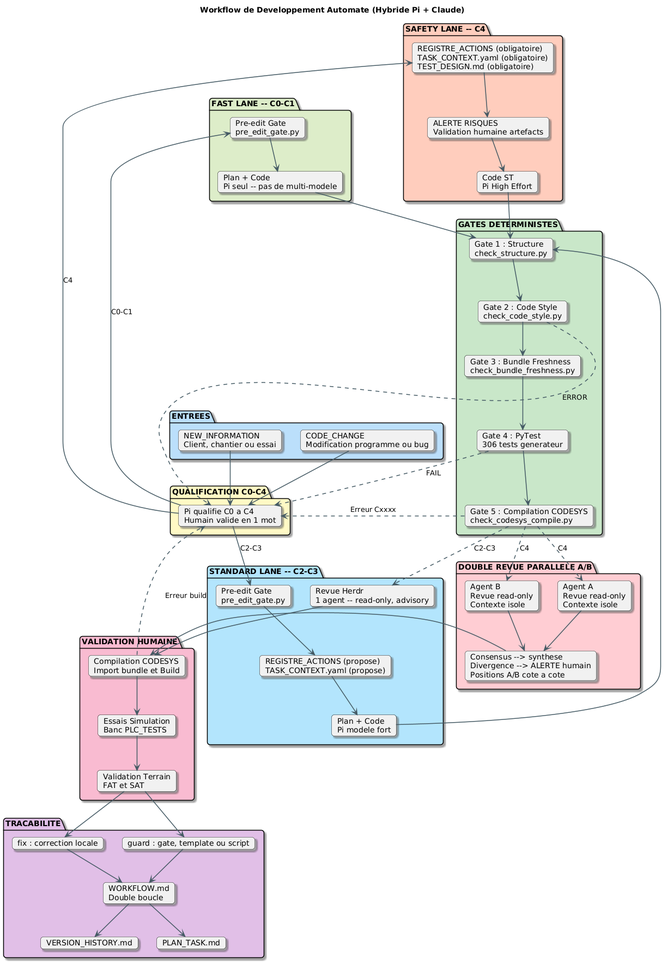
MatGros/2026_Projet_YGO_ExcavatriceDragage keeps this PlantUML diagram as DOC/DIAGRAMS/TOOLS/DIAG_WF_DevelopmentWorkflow.png. Above is the earlier version. Source of this version:
```plantuml
@startuml
scale max 3800x3800

skinparam backgroundColor #FFFFFF
skinparam shadowing true
skinparam roundcorner 10
skinparam fontname "Segoe UI"
skinparam fontsize 14
skinparam ArrowColor #455A64
skinparam ArrowThickness 1.5

!define REFINEMENT_COLOR #FFE0B2
!define GATE_COLOR #C8E6C9
!define VALIDATION_COLOR #F8BBD0
!define TRACE_COLOR #E1BEE7
!define INPUT_COLOR #BBDEFB
!define DIRECTORY_COLOR #E3F2FD
!define ROOT_COLOR #263238

title Workflow de Developpement Automate (Hybride Pi + Claude)
top to bottom direction
package "ENTREES" as INPUT #BBDEFB {
    card "CODE_CHANGE\nModification programme ou bug" as A1
    card "NEW_INFORMATION\nClient, chantier ou essai" as A2
}
package "QUALIFICATION C0-C4" as QUALIFY #FFF9C4 {
    card "Pi qualifie C0 a C4\nHumain valide en 1 mot" as Q1
}
package "FAST LANE -- C0-C1" as FAST #DCEDC8 {
    card "Pre-edit Gate\npre_edit_gate.py" as F1
    card "Plan + Code\nPi seul -- pas de multi-modele" as F2
}
package "STANDARD LANE -- C2-C3" as STANDARD #B3E5FC {
    card "Pre-edit Gate\npre_edit_gate.py" as S1
    card "REGISTRE_ACTIONS (propose)\nTASK_CONTEXT.yaml (propose)" as S2
    card "Plan + Code\nPi modele fort" as S3
    card "Revue Herdr\n1 agent -- read-only, advisory" as S4
}
package "SAFETY LANE -- C4" as SAFETY #FFCCBC {
    card "REGISTRE_ACTIONS (obligatoire)\nTASK_CONTEXT.yaml (obligatoire)\nTEST_DESIGN.md (obligatoire)" as C4_1
    card "ALERTE RISQUES\nValidation humaine artefacts" as C4_2
    card "Code ST\nPi High Effort" as C4_3
}
package "GATES DETERMINISTES" as GATES #C8E6C9 {
    card "Gate 1 : Structure\ncheck_structure.py" as G1
    card "Gate 2 : Code Style\ncheck_code_style.py" as G2
    card "Gate 3 : Bundle Freshness\ncheck_bundle_freshness.py" as G3
    card "Gate 4 : PyTest\n306 tests generateur" as G4
    card "Gate 5 : Compilation CODESYS\ncheck_codesys_compile.py" as G5
}
package "DOUBLE REVUE PARALLELE A/B" as DUAL #FFCDD2 {
    card "Agent A\nRevue read-only\nContexte isole" as D_A
    card "Agent B\nRevue read-only\nContexte isole" as D_B
    card "Consensus --> synthese\nDivergence --> ALERTE humain\nPositions A/B cote a cote" as D_R
}
package "VALIDATION HUMAINE" as VALIDATION #F8BBD0 {
    card "Compilation CODESYS\nImport bundle et Build" as V1
    card "Essais Simulation\nBanc PLC_TESTS" as V2
    card "Validation Terrain\nFAT et SAT" as V3
}
package "TRACABILITE" as TRACEABILITY #E1BEE7 {
    card "fix : correction locale" as E1
    card "guard : gate, template ou script" as E2
    card "WORKFLOW.md\nDouble boucle" as E3
    card "VERSION_HISTORY.md" as E4
    card "PLAN_TASK.md" as E5
}
A1 --> Q1
A2 --> Q1
Q1 --> F1 : C0-C1
Q1 --> S1 : C2-C3
Q1 --> C4_1 : C4
F1 --> F2
F2 --> G1
S1 --> S2
S2 --> S3
S3 --> G1
C4_1 --> C4_2
C4_2 --> C4_3
C4_3 --> G1
G1 --> G2
G2 --> G3
G3 --> G4
G4 --> G5
G5 ..> S4 : C2-C3
G5 ..> D_A : C4
G5 ..> D_B : C4
S4 --> V1
D_A --> D_R
D_B --> D_R
D_R --> V1
V1 --> V2
V2 --> V3
V3 --> E1
V3 --> E2
E1 --> E3
E2 --> E3
E3 --> E4
E3 --> E5
G2 ..> Q1 : ERROR
G4 ..> Q1 : FAIL
G5 ..> Q1 : Erreur Cxxxx
V1 ..> Q1 : Erreur build
@enduml
```
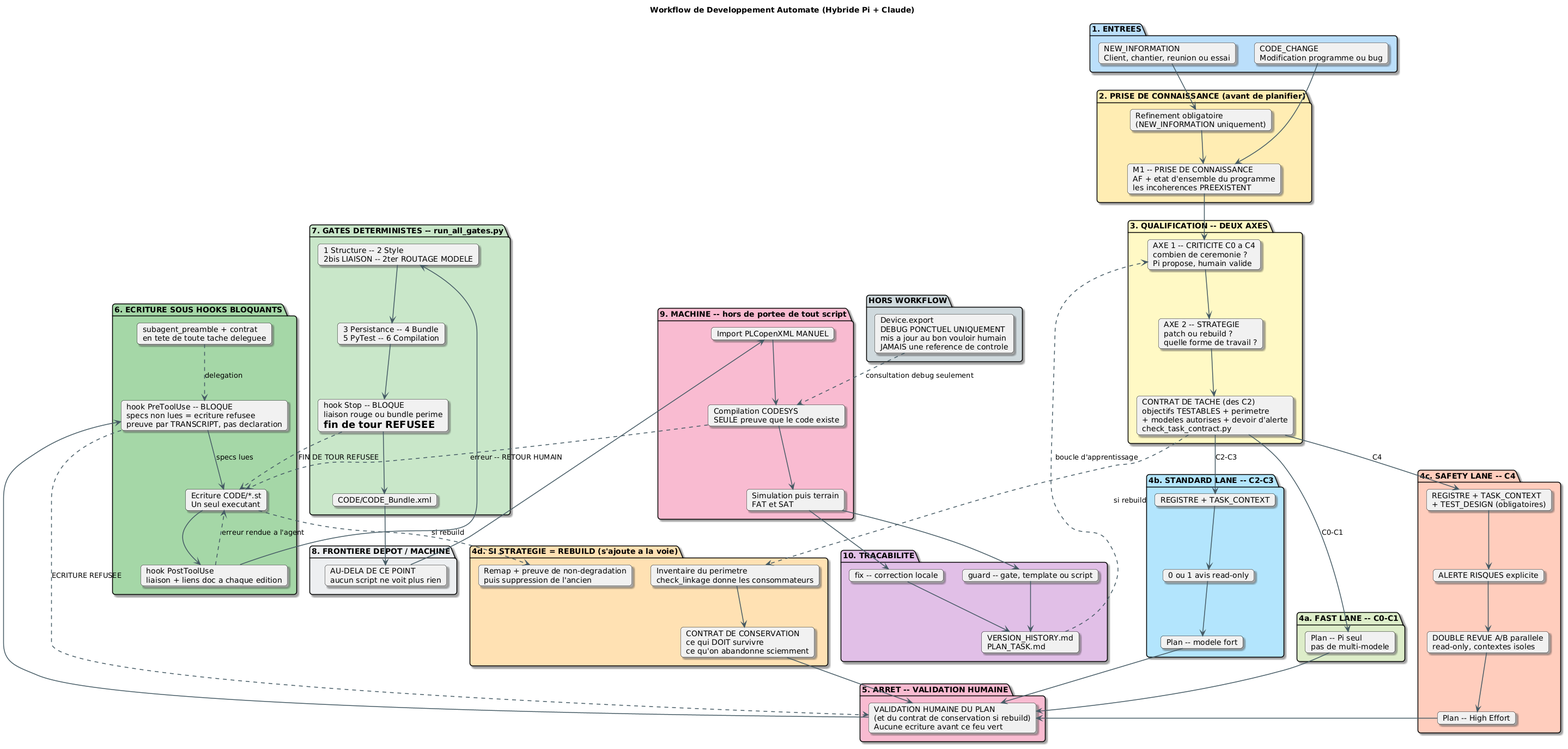
Above is the later version.

Change to the diagram source:
```diff
@@ -19,86 +19,110 @@
 
 title Workflow de Developpement Automate (Hybride Pi + Claude)
 top to bottom direction
-package "ENTREES" as INPUT #BBDEFB {
+package "1. ENTREES" as INPUT #BBDEFB {
     card "CODE_CHANGE\nModification programme ou bug" as A1
-    card "NEW_INFORMATION\nClient, chantier ou essai" as A2
+    card "NEW_INFORMATION\nClient, chantier, reunion ou essai" as A2
 }
-package "QUALIFICATION C0-C4" as QUALIFY #FFF9C4 {
-    card "Pi qualifie C0 a C4\nHumain valide en 1 mot" as Q1
+package "2. PRISE DE CONNAISSANCE (avant de planifier)" as KNOW #FFECB3 {
+    card "Refinement obligatoire\n(NEW_INFORMATION uniquement)" as N0
+    card "M1 -- PRISE DE CONNAISSANCE\nAF + etat d'ensemble du programme\nles incoherences PREEXISTENT" as N1
 }
-package "FAST LANE -- C0-C1" as FAST #DCEDC8 {
-    card "Pre-edit Gate\npre_edit_gate.py" as F1
-    card "Plan + Code\nPi seul -- pas de multi-modele" as F2
+package "3. QUALIFICATION -- DEUX AXES" as QUALIFY #FFF9C4 {
+    card "AXE 1 -- CRITICITE C0 a C4\ncombien de ceremonie ?\nPi propose, humain valide" as Q1
+    card "AXE 2 -- STRATEGIE\npatch ou rebuild ?\nquelle forme de travail ?" as Q2
+    card "CONTRAT DE TACHE (des C2)\nobjectifs TESTABLES + perimetre\n+ modeles autorises + devoir d'alerte\ncheck_task_contract.py" as Q3
 }
-package "STANDARD LANE -- C2-C3" as STANDARD #B3E5FC {
-    card "Pre-edit Gate\npre_edit_gate.py" as S1
-    card "REGISTRE_ACTIONS (propose)\nTASK_CONTEXT.yaml (propose)" as S2
-    card "Plan + Code\nPi modele fort" as S3
-    card "Revue Herdr\n1 agent -- read-only, advisory" as S4
+package "4a. FAST LANE -- C0-C1" as FAST #DCEDC8 {
+    card "Plan -- Pi seul\npas de multi-modele" as F1
 }
-package "SAFETY LANE -- C4" as SAFETY #FFCCBC {
-    card "REGISTRE_ACTIONS (obligatoire)\nTASK_CONTEXT.yaml (obligatoire)\nTEST_DESIGN.md (obligatoire)" as C4_1
-    card "ALERTE RISQUES\nValidation humaine artefacts" as C4_2
-    card "Code ST\nPi High Effort" as C4_3
+package "4b. STANDARD LANE -- C2-C3" as STANDARD #B3E5FC {
+    card "REGISTRE + TASK_CONTEXT" as S1
+    card "0 ou 1 avis read-only" as S2
+    card "Plan -- modele fort" as S3
 }
-package "GATES DETERMINISTES" as GATES #C8E6C9 {
-    card "Gate 1 : Structure\ncheck_structure.py" as G1
-    card "Gate 2 : Code Style\ncheck_code_style.py" as G2
-    card "Gate 3 : Bundle Freshness\ncheck_bundle_freshness.py" as G3
-    card "Gate 4 : PyTest\n306 tests generateur" as G4
-    card "Gate 5 : Compilation CODESYS\ncheck_codesys_compile.py" as G5
+package "4c. SAFETY LANE -- C4" as SAFETY #FFCCBC {
+    card "REGISTRE + TASK_CONTEXT\n+ TEST_DESIGN (obligatoires)" as K1
+    card "ALERTE RISQUES explicite" as K2
+    card "DOUBLE REVUE A/B parallele\nread-only, contextes isoles" as K3
+    card "Plan -- High Effort" as K4
 }
-package "DOUBLE REVUE PARALLELE A/B" as DUAL #FFCDD2 {
-    card "Agent A\nRevue read-only\nContexte isole" as D_A
-    card "Agent B\nRevue read-only\nContexte isole" as D_B
-    card "Consensus --> synthese\nDivergence --> ALERTE humain\nPositions A/B cote a cote" as D_R
+package "4d. SI STRATEGIE = REBUILD (s'ajoute a la voie)" as REBUILD #FFE0B2 {
+    card "Inventaire du perimetre\ncheck_linkage donne les consommateurs" as R1
+    card "CONTRAT DE CONSERVATION\nce qui DOIT survivre\nce qu'on abandonne sciemment" as R2
+    card "Remap + preuve de non-degradation\npuis suppression de l'ancien" as R3
 }
-package "VALIDATION HUMAINE" as VALIDATION #F8BBD0 {
-    card "Compilation CODESYS\nImport bundle et Build" as V1
-    card "Essais Simulation\nBanc PLC_TESTS" as V2
-    card "Validation Terrain\nFAT et SAT" as V3
+package "5. ARRET -- VALIDATION HUMAINE" as PLANVAL #F8BBD0 {
+    card "VALIDATION HUMAINE DU PLAN\n(et du contrat de conservation si rebuild)\nAucune ecriture avant ce feu vert" as V0
 }
-package "TRACABILITE" as TRACEABILITY #E1BEE7 {
-    card "fix : correction locale" as E1
-    card "guard : gate, template ou script" as E2
-    card "WORKFLOW.md\nDouble boucle" as E3
-    card "VERSION_HISTORY.md" as E4
-    card "PLAN_TASK.md" as E5
+package "6. ECRITURE SOUS HOOKS BLOQUANTS" as WRITE #A5D6A7 {
+    card "subagent_preamble + contrat\nen tete de toute tache deleguee" as W0
+    card "hook PreToolUse -- BLOQUE\nspecs non lues = ecriture refusee\npreuve par TRANSCRIPT, pas declaration" as H1
+    card "Ecriture CODE/*.st\nUn seul executant" as W1
+    card "hook PostToolUse\nliaison + liens doc a chaque edition" as H2
 }
-A1 --> Q1
-A2 --> Q1
-Q1 --> F1 : C0-C1
-Q1 --> S1 : C2-C3
-Q1 --> C4_1 : C4
-F1 --> F2
-F2 --> G1
+package "7. GATES DETERMINISTES -- run_all_gates.py" as GATES #C8E6C9 {
+    card "1 Structure -- 2 Style\n2bis LIAISON -- 2ter ROUTAGE MODELE" as G1
+    card "3 Persistance -- 4 Bundle\n5 PyTest -- 6 Compilation" as G2
+    card "hook Stop -- BLOQUE\nliaison rouge ou bundle perime\n= fin de tour REFUSEE" as H3
+    card "CODE/CODE_Bundle.xml" as G3
+}
+package "8. FRONTIERE DEPOT / MACHINE" as FRONTIER #ECEFF1 {
+    card "AU-DELA DE CE POINT\naucun script ne voit plus rien" as FR
+}
+package "9. MACHINE -- hors de portee de tout script" as MACHINE #F8BBD0 {
+    card "Import PLCopenXML MANUEL" as M1
+    card "Compilation CODESYS\nSEULE preuve que le code existe" as M2
+    card "Simulation puis terrain\nFAT et SAT" as M3
+}
+package "10. TRACABILITE" as TRACE #E1BEE7 {
+    card "fix -- correction locale" as E1
+    card "guard -- gate, template ou script" as E2
+    card "VERSION_HISTORY.md\nPLAN_TASK.md" as E3
+}
+package "HORS WORKFLOW" as OUTSIDE #CFD8DC {
+    card "Device.export\nDEBUG PONCTUEL UNIQUEMENT\nmis a jour au bon vouloir humain\nJAMAIS une reference de controle" as X1
+}
+A1 --> N1
+A2 --> N0
+N0 --> N1
+N1 --> Q1
+Q1 --> Q2
+Q2 --> Q3
+Q3 --> F1 : C0-C1
+Q3 --> S1 : C2-C3
+Q3 --> K1 : C4
+Q3 ..> R1 : si rebuild
 S1 --> S2
 S2 --> S3
-S3 --> G1
-C4_1 --> C4_2
-C4_2 --> C4_3
-C4_3 --> G1
+K1 --> K2
+K2 --> K3
+K3 --> K4
+R1 --> R2
+F1 --> V0
+S3 --> V0
+K4 --> V0
+R2 --> V0
+V0 --> H1
+W0 ..> H1 : delegation
+H1 --> W1 : specs lues
+H1 ..> V0 : ECRITURE REFUSEE
+W1 --> H2
+H2 ..> W1 : erreur rendue a l'agent
+W1 ..> R3 : si rebuild
+H2 --> G1
 G1 --> G2
-G2 --> G3
-G3 --> G4
-G4 --> G5
-G5 ..> S4 : C2-C3
-G5 ..> D_A : C4
-G5 ..> D_B : C4
-S4 --> V1
-D_A --> D_R
-D_B --> D_R
-D_R --> V1
-V1 --> V2
-V2 --> V3
-V3 --> E1
-V3 --> E2
+G2 --> H3
+H3 ..> W1 : FIN DE TOUR REFUSEE
+H3 --> G3
+G3 --> FR
+FR --> M1
+M1 --> M2
+M2 --> M3
+M2 ..> W1 : erreur -- RETOUR HUMAIN
+M3 --> E1
+M3 --> E2
 E1 --> E3
 E2 --> E3
-E3 --> E4
-E3 --> E5
-G2 ..> Q1 : ERROR
-G4 ..> Q1 : FAIL
-G5 ..> Q1 : Erreur Cxxxx
-V1 ..> Q1 : Erreur build
+E3 ..> Q1 : boucle d'apprentissage
+X1 ..> M2 : consultation debug seulement
 @enduml
```
